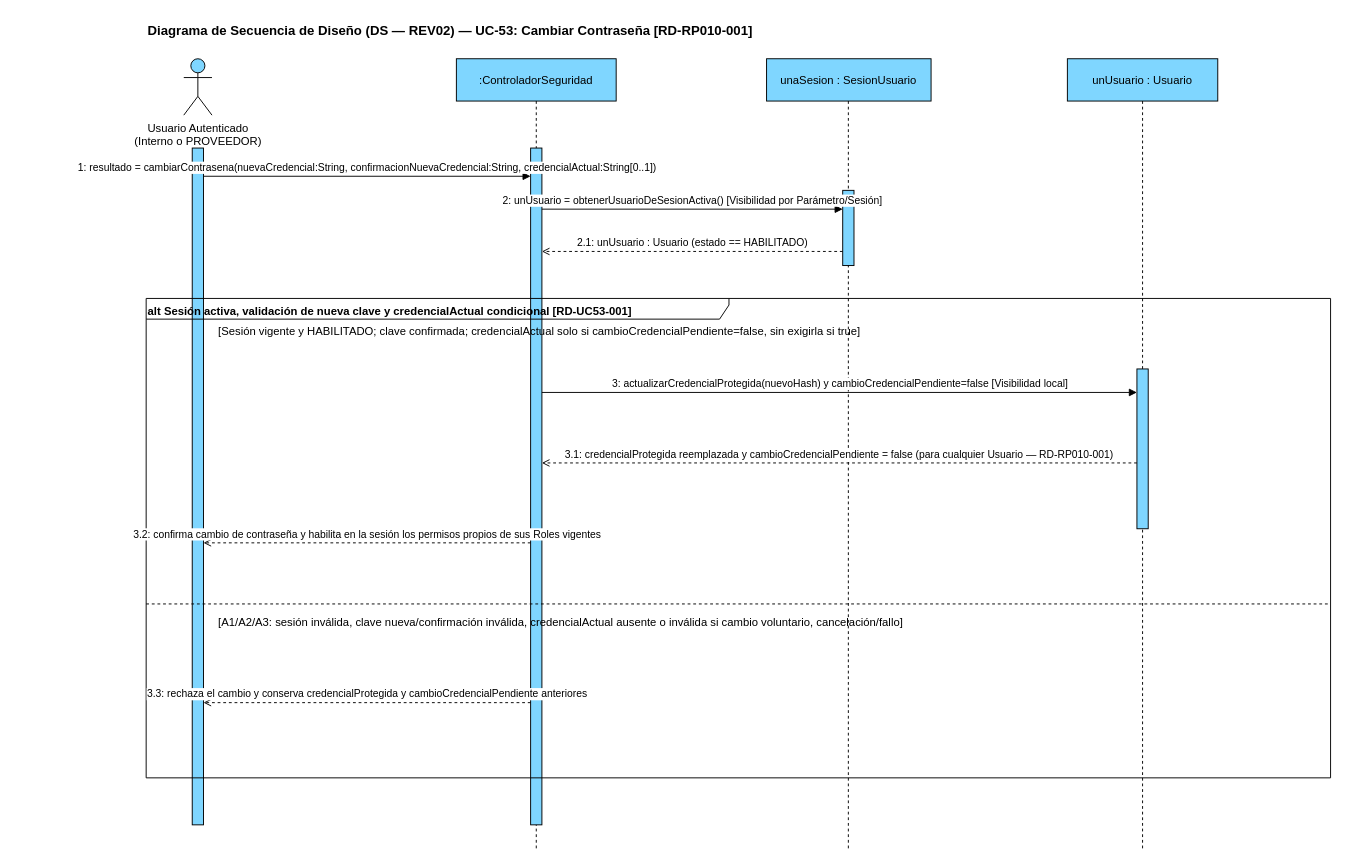
This is page "DS UC-53 Cambiar Contraseña (REV02)" (4 of 7) of docs/08-diagramas/revision/REV02_SEGURIDAD/propuestos/DS_REV02_SEGURIDAD_CORREGIDO.drawio.xml from leandrito369/ale-milanesas, a draw.io file, before an edit. Source tidied: cells renumbered, new cells numbered last; positions are measured from the earlier drawing's top-left corner, leaving out a move shared by most shapes. Both pictures are drawn from the tidied source at 94%, with x=0, y=0 at pixel (146, 16).
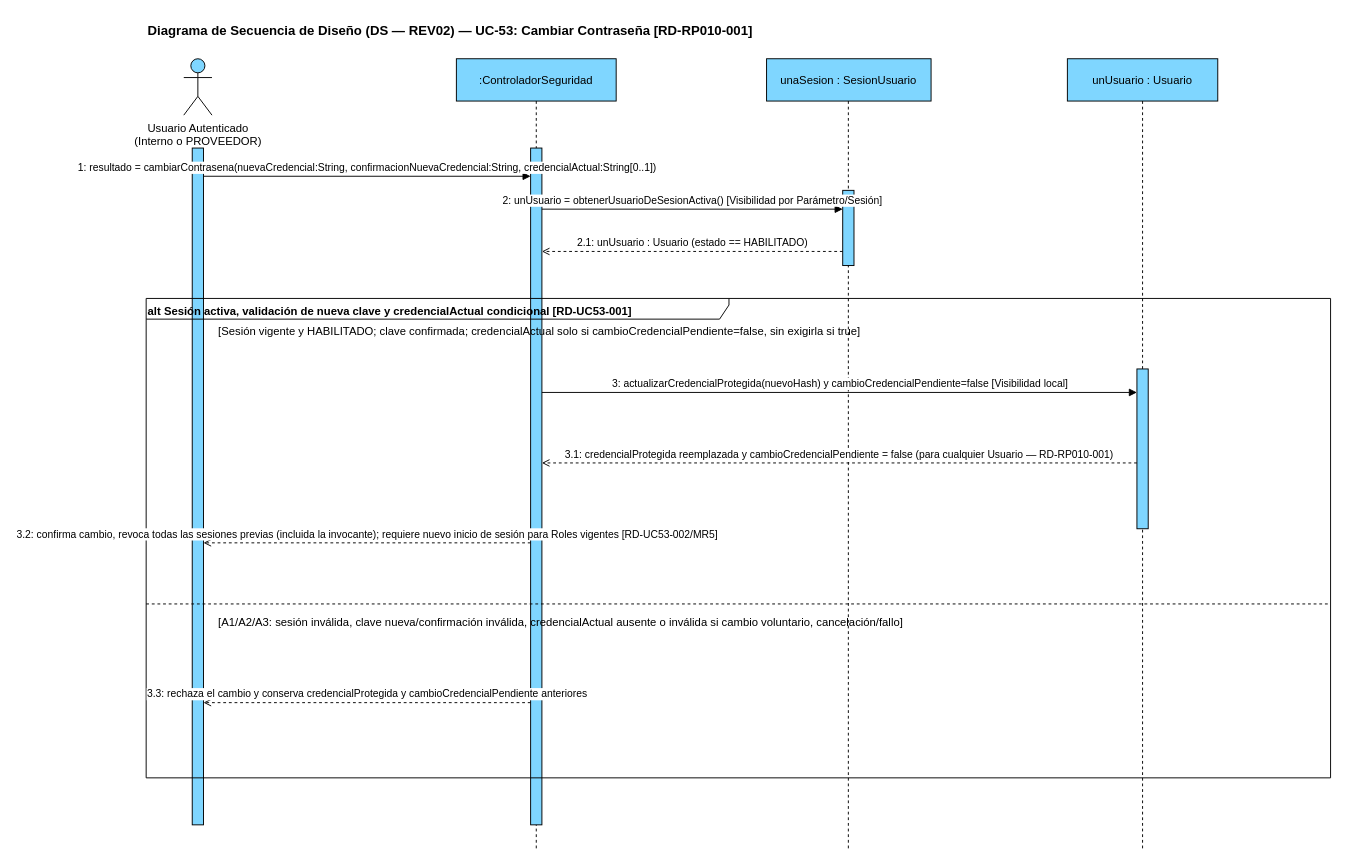
The same diagram, later.

Commit message (it also covers changes not shown here):
docs(I1): ratificar RD-UC53-002 revocación total y nuevo inicio de sesión

Diff of the diagram source:
```diff
@@
-    <mxCell id="21" value="3.2: confirma cambio de contraseña y habilita en la sesión los permisos propios de sus Roles vigentes" style="html=1;verticalAlign=bottom;endArrow=open;dashed=1;endFill=0;strokeColor=#000000;" parent="1" edge="1">
+    <mxCell id="21" value="3.2: confirma cambio, revoca todas las sesiones previas (incluida la invocante); requiere nuevo inicio de sesión para Roles vigentes [RD-UC53-002/MR5]" style="html=1;verticalAlign=bottom;endArrow=open;dashed=1;endFill=0;strokeColor=#000000;" parent="1" edge="1">
       <mxGeometry relative="1" as="geometry">
         <mxPoint x="409" y="560" as="sourcePoint" />
         <mxPoint x="61" y="560" as="targetPoint" />
       </mxGeometry>
     </mxCell>
```
